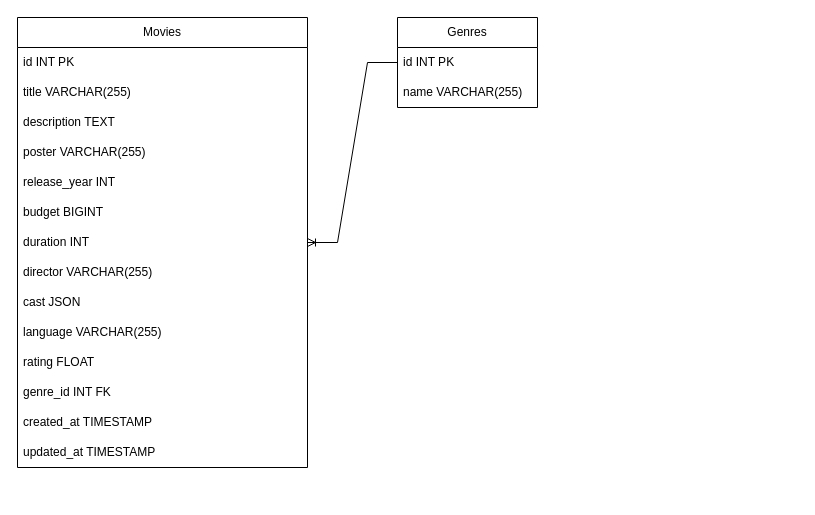
This is docs/ERM.drawio from shadyjuggler/MovieStreamApp, a draw.io file, before an edit. Source tidied: cells renumbered, new cells numbered last; positions are measured from the earlier drawing's top-left corner, leaving out a move shared by most shapes. Both pictures are drawn from the tidied source at 100%, with x=0, y=0 at pixel (17, 17).
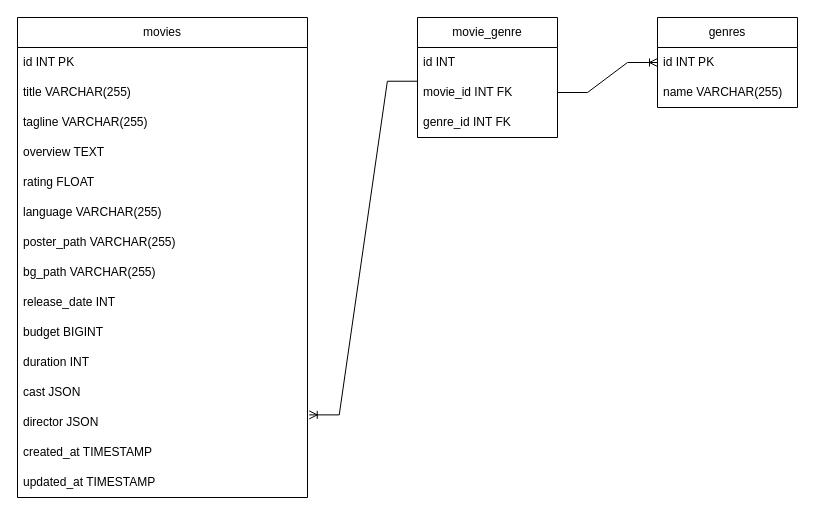
The same page after the edit.

Unchanged cells that the change refers to:
```xml
<mxCell id="18" value="id INT PK" style="text;strokeColor=none;fillColor=none;align=left;verticalAlign=middle;spacingLeft=4;spacingRight=4;overflow=hidden;points=[[0,0.5],[1,0.5]];portConstraint=eastwest;whiteSpace=wrap;html=1;" parent="17" vertex="1">
  <mxGeometry y="30" width="140" height="30" as="geometry" />
</mxCell>
```

What changed in the source:
```diff
@@
-    <mxCell id="2" value="Movies" style="swimlane;fontStyle=0;horizontal=1;startSize=30;whiteSpace=wrap;html=1;" parent="1" vertex="1">
-      <mxGeometry width="290" height="450" as="geometry" />
+    <mxCell id="2" value="movies" style="swimlane;fontStyle=0;horizontal=1;startSize=30;whiteSpace=wrap;html=1;" parent="1" vertex="1">
+      <mxGeometry width="290" height="480" as="geometry" />
     </mxCell>
@@
+    <mxCell id="21" value="tagline VARCHAR(255)" style="text;strokeColor=none;fillColor=none;align=left;verticalAlign=middle;spacingLeft=4;spacingRight=4;overflow=hidden;whiteSpace=wrap;html=1;" parent="2" vertex="1">
+      <mxGeometry y="90" width="290" height="30" as="geometry" />
+    </mxCell>
-    <mxCell id="5" value="description TEXT" style="text;strokeColor=none;fillColor=none;align=left;verticalAlign=middle;spacingLeft=4;spacingRight=4;overflow=hidden;whiteSpace=wrap;html=1;" parent="2" vertex="1">
-      <mxGeometry y="90" width="290" height="30" as="geometry" />
+    <mxCell id="5" value="overview TEXT" style="text;strokeColor=none;fillColor=none;align=left;verticalAlign=middle;spacingLeft=4;spacingRight=4;overflow=hidden;whiteSpace=wrap;html=1;" parent="2" vertex="1">
+      <mxGeometry y="120" width="290" height="30" as="geometry" />
     </mxCell>
+    <mxCell id="13" value="rating FLOAT" style="text;strokeColor=none;fillColor=none;align=left;verticalAlign=middle;spacingLeft=4;spacingRight=4;overflow=hidden;whiteSpace=wrap;html=1;" parent="2" vertex="1">
+      <mxGeometry y="150" width="290" height="30" as="geometry" />
+    </mxCell>
+    <mxCell id="12" value="language VARCHAR(255)" style="text;strokeColor=none;fillColor=none;align=left;verticalAlign=middle;spacingLeft=4;spacingRight=4;overflow=hidden;whiteSpace=wrap;html=1;" parent="2" vertex="1">
+      <mxGeometry y="180" width="290" height="30" as="geometry" />
+    </mxCell>
-    <mxCell id="6" value="poster&amp;nbsp;&lt;span class=&quot;hljs-type&quot;&gt;VARCHAR&lt;/span&gt;(&lt;span class=&quot;hljs-number&quot;&gt;255&lt;/span&gt;)" style="text;strokeColor=none;fillColor=none;align=left;verticalAlign=middle;spacingLeft=4;spacingRight=4;overflow=hidden;whiteSpace=wrap;html=1;" parent="2" vertex="1">
-      <mxGeometry y="120" width="290" height="30" as="geometry" />
+    <mxCell id="6" value="poster_path&amp;nbsp;&lt;span class=&quot;hljs-type&quot;&gt;VARCHAR&lt;/span&gt;(&lt;span class=&quot;hljs-number&quot;&gt;255&lt;/span&gt;)" style="text;strokeColor=none;fillColor=none;align=left;verticalAlign=middle;spacingLeft=4;spacingRight=4;overflow=hidden;whiteSpace=wrap;html=1;" parent="2" vertex="1">
+      <mxGeometry y="210" width="290" height="30" as="geometry" />
     </mxCell>
+    <mxCell id="22" value="bg_path VARCHAR(255)" style="text;strokeColor=none;fillColor=none;align=left;verticalAlign=middle;spacingLeft=4;spacingRight=4;overflow=hidden;whiteSpace=wrap;html=1;" parent="2" vertex="1">
+      <mxGeometry y="240" width="290" height="30" as="geometry" />
+    </mxCell>
-    <mxCell id="7" value="release_year INT" style="text;strokeColor=none;fillColor=none;align=left;verticalAlign=middle;spacingLeft=4;spacingRight=4;overflow=hidden;whiteSpace=wrap;html=1;" parent="2" vertex="1">
-      <mxGeometry y="150" width="290" height="30" as="geometry" />
+    <mxCell id="7" value="release_date INT" style="text;strokeColor=none;fillColor=none;align=left;verticalAlign=middle;spacingLeft=4;spacingRight=4;overflow=hidden;whiteSpace=wrap;html=1;" parent="2" vertex="1">
+      <mxGeometry y="270" width="290" height="30" as="geometry" />
     </mxCell>
     <mxCell id="8" value="budget BIGINT" style="text;strokeColor=none;fillColor=none;align=left;verticalAlign=middle;spacingLeft=4;spacingRight=4;overflow=hidden;whiteSpace=wrap;html=1;" parent="2" vertex="1">
-      <mxGeometry y="180" width="290" height="30" as="geometry" />
+      <mxGeometry y="300" width="290" height="30" as="geometry" />
     </mxCell>
     <mxCell id="9" value="duration INT" style="text;strokeColor=none;fillColor=none;align=left;verticalAlign=middle;spacingLeft=4;spacingRight=4;overflow=hidden;points=[[0,0.5],[1,0.5]];portConstraint=eastwest;whiteSpace=wrap;html=1;" parent="2" vertex="1">
-      <mxGeometry y="210" width="290" height="30" as="geometry" />
+      <mxGeometry y="330" width="290" height="30" as="geometry" />
     </mxCell>
+    <mxCell id="11" value="cast JSON" style="text;strokeColor=none;fillColor=none;align=left;verticalAlign=middle;spacingLeft=4;spacingRight=4;overflow=hidden;whiteSpace=wrap;html=1;" parent="2" vertex="1">
+      <mxGeometry y="360" width="290" height="30" as="geometry" />
+    </mxCell>
-    <mxCell id="10" value="director VARCHAR(255)" style="text;strokeColor=none;fillColor=none;align=left;verticalAlign=middle;spacingLeft=4;spacingRight=4;overflow=hidden;points=[[0,0.5],[1,0.5]];portConstraint=eastwest;whiteSpace=wrap;html=1;" parent="2" vertex="1">
-      <mxGeometry y="240" width="290" height="30" as="geometry" />
+    <mxCell id="10" value="director JSON" style="text;strokeColor=none;fillColor=none;align=left;verticalAlign=middle;spacingLeft=4;spacingRight=4;overflow=hidden;points=[[0,0.5],[1,0.5]];portConstraint=eastwest;whiteSpace=wrap;html=1;" parent="2" vertex="1">
+      <mxGeometry y="390" width="290" height="30" as="geometry" />
     </mxCell>
-    <mxCell id="11" value="cast JSON" style="text;strokeColor=none;fillColor=none;align=left;verticalAlign=middle;spacingLeft=4;spacingRight=4;overflow=hidden;whiteSpace=wrap;html=1;" parent="2" vertex="1">
-      <mxGeometry y="270" width="290" height="30" as="geometry" />
-    </mxCell>
-    <mxCell id="12" value="language VARCHAR(255)" style="text;strokeColor=none;fillColor=none;align=left;verticalAlign=middle;spacingLeft=4;spacingRight=4;overflow=hidden;whiteSpace=wrap;html=1;" parent="2" vertex="1">
-      <mxGeometry y="300" width="290" height="30" as="geometry" />
-    </mxCell>
-    <mxCell id="13" value="rating FLOAT" style="text;strokeColor=none;fillColor=none;align=left;verticalAlign=middle;spacingLeft=4;spacingRight=4;overflow=hidden;whiteSpace=wrap;html=1;" parent="2" vertex="1">
-      <mxGeometry y="330" width="290" height="30" as="geometry" />
-    </mxCell>
-    <mxCell id="14" value="genre_id INT FK" style="text;strokeColor=none;fillColor=none;align=left;verticalAlign=middle;spacingLeft=4;spacingRight=4;overflow=hidden;whiteSpace=wrap;html=1;" parent="2" vertex="1">
-      <mxGeometry y="360" width="290" height="30" as="geometry" />
-    </mxCell>
     <mxCell id="15" value="created_at TIMESTAMP" style="text;strokeColor=none;fillColor=none;align=left;verticalAlign=middle;spacingLeft=4;spacingRight=4;overflow=hidden;whiteSpace=wrap;html=1;" parent="2" vertex="1">
-      <mxGeometry y="390" width="290" height="30" as="geometry" />
+      <mxGeometry y="420" width="290" height="30" as="geometry" />
     </mxCell>
     <mxCell id="16" value="updated_at TIMESTAMP" style="text;strokeColor=none;fillColor=none;align=left;verticalAlign=middle;spacingLeft=4;spacingRight=4;overflow=hidden;whiteSpace=wrap;html=1;" parent="2" vertex="1">
-      <mxGeometry y="420" width="290" height="30" as="geometry" />
+      <mxGeometry y="450" width="290" height="30" as="geometry" />
     </mxCell>
-    <mxCell id="17" value="Genres" style="swimlane;fontStyle=0;horizontal=1;startSize=30;whiteSpace=wrap;html=1;" parent="1" vertex="1">
-      <mxGeometry x="380" width="140" height="90" as="geometry" />
+    <mxCell id="17" value="genres" style="swimlane;fontStyle=0;horizontal=1;startSize=30;whiteSpace=wrap;html=1;" parent="1" vertex="1">
+      <mxGeometry x="640" width="140" height="90" as="geometry" />
     </mxCell>
@@
-    <mxCell id="20" style="edgeStyle=entityRelationEdgeStyle;fontSize=12;html=1;endArrow=ERoneToMany;rounded=0;exitX=0;exitY=0.5;exitDx=0;exitDy=0;" parent="1" edge="1" source="18" target="9">
-      <mxGeometry relative="1" as="geometry" />
-    </mxCell>
+    <mxCell id="23" value="movie_genre" style="swimlane;fontStyle=0;horizontal=1;startSize=30;whiteSpace=wrap;html=1;" parent="1" vertex="1">
+      <mxGeometry x="400" width="140" height="120" as="geometry" />
+    </mxCell>
+    <mxCell id="24" value="id INT&amp;nbsp;" style="text;strokeColor=none;fillColor=none;align=left;verticalAlign=middle;spacingLeft=4;spacingRight=4;overflow=hidden;whiteSpace=wrap;html=1;" parent="23" vertex="1">
+      <mxGeometry y="30" width="140" height="30" as="geometry" />
+    </mxCell>
+    <mxCell id="25" value="movie_id INT FK" style="text;strokeColor=none;fillColor=none;align=left;verticalAlign=middle;spacingLeft=4;spacingRight=4;overflow=hidden;points=[[0,0.5],[1,0.5]];portConstraint=eastwest;whiteSpace=wrap;html=1;" parent="23" vertex="1">
+      <mxGeometry y="60" width="140" height="30" as="geometry" />
+    </mxCell>
+    <mxCell id="14" value="genre_id INT FK" style="text;strokeColor=none;fillColor=none;align=left;verticalAlign=middle;spacingLeft=4;spacingRight=4;overflow=hidden;whiteSpace=wrap;html=1;" parent="23" vertex="1">
+      <mxGeometry y="90" width="140" height="30" as="geometry" />
+    </mxCell>
+    <mxCell id="26" style="edgeStyle=entityRelationEdgeStyle;fontSize=12;html=1;endArrow=ERoneToMany;rounded=0;exitX=-0.001;exitY=0.124;exitDx=0;exitDy=0;exitPerimeter=0;entryX=1.006;entryY=0.246;entryDx=0;entryDy=0;entryPerimeter=0;" parent="1" edge="1" source="25" target="10">
+      <mxGeometry relative="1" as="geometry" />
+    </mxCell>
+    <mxCell id="27" style="edgeStyle=entityRelationEdgeStyle;fontSize=12;html=1;endArrow=ERoneToMany;rounded=0;exitX=1;exitY=0.5;exitDx=0;exitDy=0;entryX=0;entryY=0.5;entryDx=0;entryDy=0;" parent="1" edge="1" source="25" target="18">
+      <mxGeometry relative="1" as="geometry" />
+    </mxCell>
```
